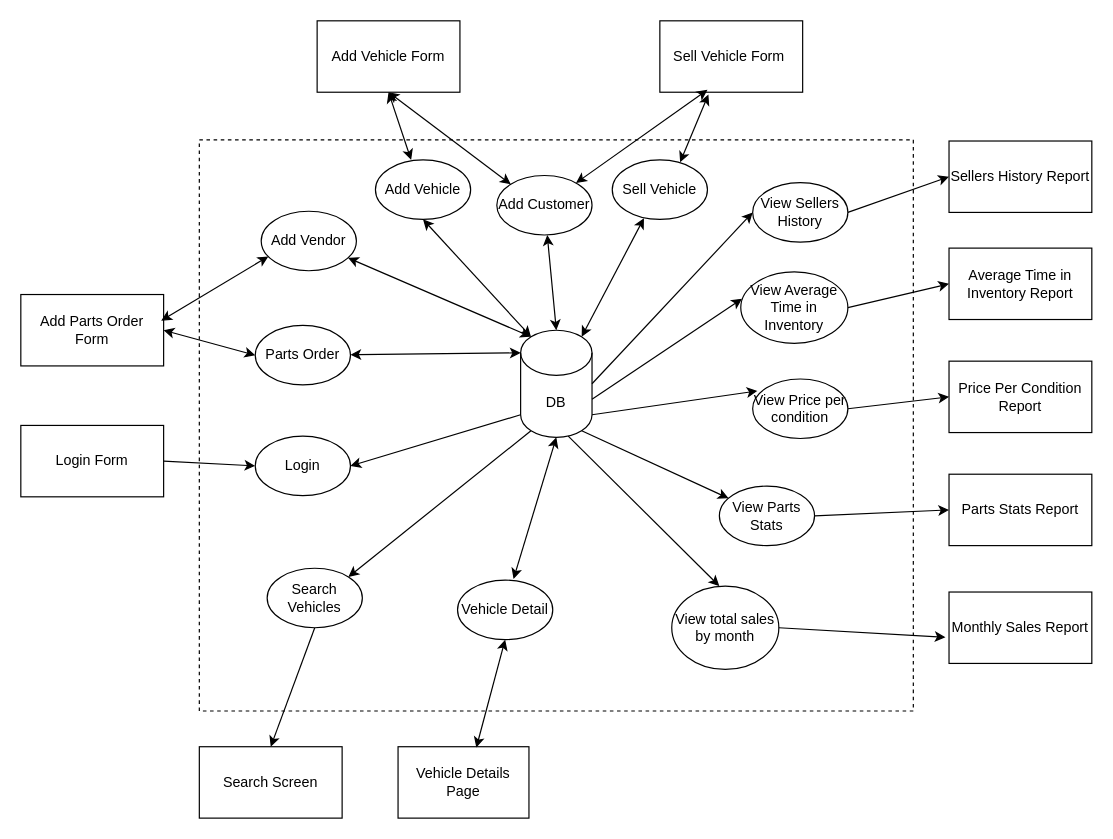
Above: Phase_1/team006_p1_ifd.drawio in rkang427/autodb (draw.io), before the change. Source tidied: cells renumbered, new cells numbered last; positions are measured from the earlier drawing's top-left corner, leaving out a move shared by most shapes. Both pictures are drawn from the tidied source at 119%, with x=0, y=0 at pixel (20, 20).
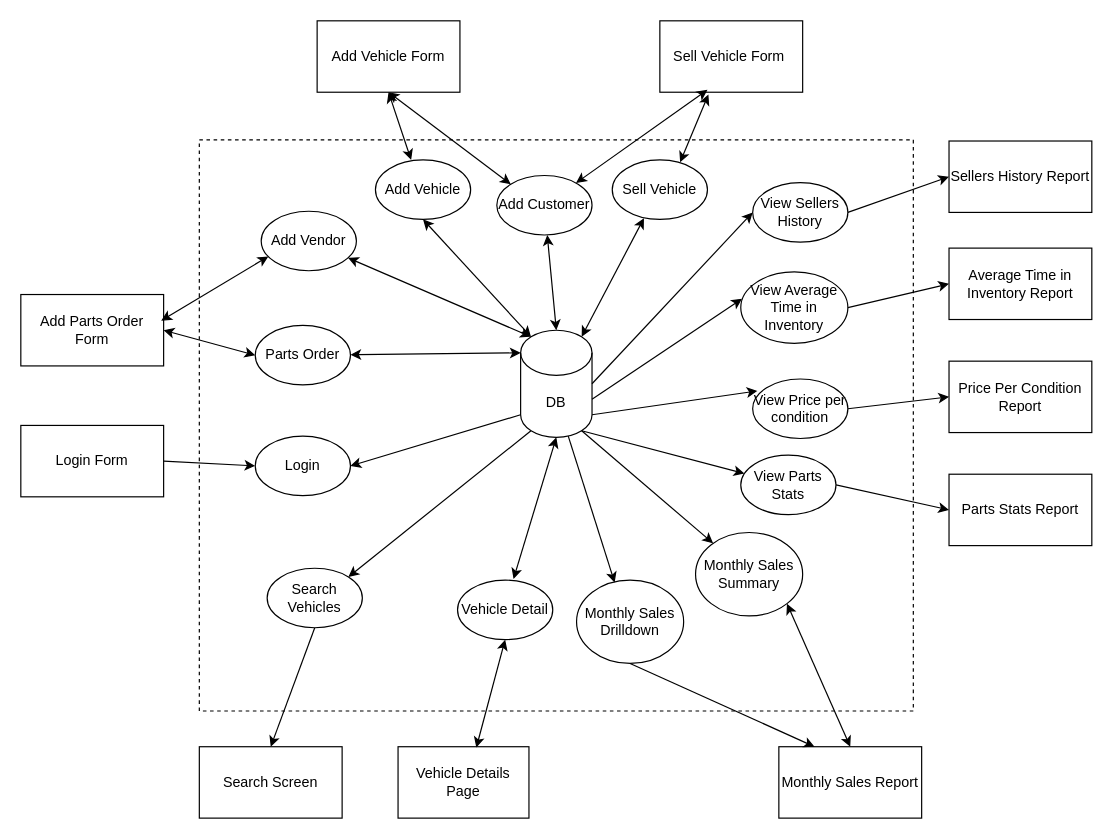
The same page after the edit.

Commit message (it also covers changes not shown here):
two subtasks monthly

The change refers to these unchanged cells:
```xml
<mxCell id="3" value="DB" style="shape=cylinder3;whiteSpace=wrap;html=1;boundedLbl=1;backgroundOutline=1;size=19;" parent="1" vertex="1">
  <mxGeometry x="420" y="260" width="60" height="90" as="geometry" />
</mxCell>
```

What changed in the source:
```diff
@@
     <mxCell id="24" value="View Parts Stats" style="ellipse;whiteSpace=wrap;html=1;" parent="1" vertex="1">
-      <mxGeometry x="587" y="391" width="80" height="50" as="geometry" />
+      <mxGeometry x="605" y="365" width="80" height="50" as="geometry" />
     </mxCell>
@@
-    <mxCell id="44" value="View total sales by month" style="ellipse;whiteSpace=wrap;html=1;" parent="1" vertex="1">
-      <mxGeometry x="547" y="475" width="90" height="70" as="geometry" />
+    <mxCell id="44" value="Monthly Sales Drilldown" style="ellipse;whiteSpace=wrap;html=1;" parent="1" vertex="1">
+      <mxGeometry x="467" y="470" width="90" height="70" as="geometry" />
     </mxCell>
     <mxCell id="45" value="Monthly Sales Report" style="rounded=0;whiteSpace=wrap;html=1;" parent="1" vertex="1">
-      <mxGeometry x="780" y="480" width="120" height="60" as="geometry" />
+      <mxGeometry x="637" y="610" width="120" height="60" as="geometry" />
     </mxCell>
-    <mxCell id="46" style="endArrow=classic;html=1;rounded=0;exitX=1;exitY=0.5;exitDx=0;exitDy=0;entryX=-0.025;entryY=0.633;entryDx=0;entryDy=0;entryPerimeter=0;" parent="1" edge="1" source="44" target="45">
+    <mxCell id="46" style="endArrow=classic;html=1;rounded=0;exitX=0.5;exitY=1;exitDx=0;exitDy=0;entryX=0.25;entryY=0;entryDx=0;entryDy=0;" parent="1" edge="1" source="44" target="45">
       <mxGeometry relative="1" as="geometry" />
     </mxCell>
-    <mxCell id="47" style="endArrow=classic;html=1;rounded=0;exitX=0.667;exitY=0.989;exitDx=0;exitDy=0;exitPerimeter=0;entryX=0.444;entryY=0;entryDx=0;entryDy=0;entryPerimeter=0;" parent="1" edge="1" source="3" target="44">
+    <mxCell id="47" style="endArrow=classic;html=1;rounded=0;exitX=0.667;exitY=0.989;exitDx=0;exitDy=0;exitPerimeter=0;entryX=0.356;entryY=0.029;entryDx=0;entryDy=0;entryPerimeter=0;" parent="1" edge="1" source="3" target="44">
       <mxGeometry relative="1" as="geometry" />
     </mxCell>
@@
+    <mxCell id="55" value="Monthly Sales Summary" style="ellipse;whiteSpace=wrap;html=1;" parent="1" vertex="1">
+      <mxGeometry x="567" y="430" width="90" height="70" as="geometry" />
+    </mxCell>
+    <mxCell id="56" style="endArrow=classic;html=1;rounded=0;exitX=0.855;exitY=1;exitDx=0;exitDy=-5.51;exitPerimeter=0;" parent="1" edge="1" source="3" target="55">
+      <mxGeometry relative="1" as="geometry" />
+    </mxCell>
+    <mxCell id="57" style="endArrow=classic;startArrow=classic;html=1;rounded=0;entryX=1;entryY=1;entryDx=0;entryDy=0;exitX=0.5;exitY=0;exitDx=0;exitDy=0;" parent="1" edge="1" source="45" target="55">
+      <mxGeometry relative="1" as="geometry" />
+    </mxCell>
```
